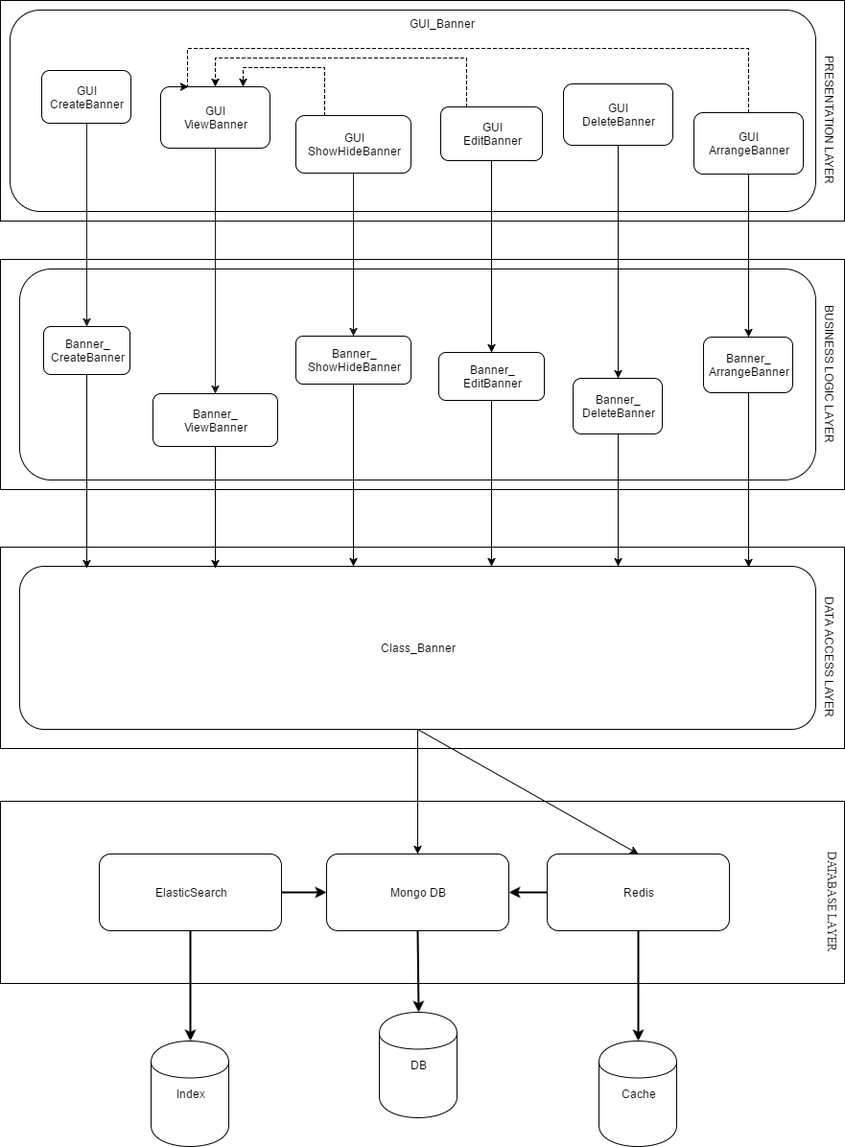
Haitrancntt/CapstonProject keeps this draw.io diagram as 4.SUBMIT_PLACE/4.1 HAI_TRAN/DESIGN/BSS_StaticView_Level2_Banner.png. Above is the earlier version. Source tidied: cells renumbered, new cells last; positions are measured from the earlier drawing's top-left corner, leaving out a move shared by most shapes.
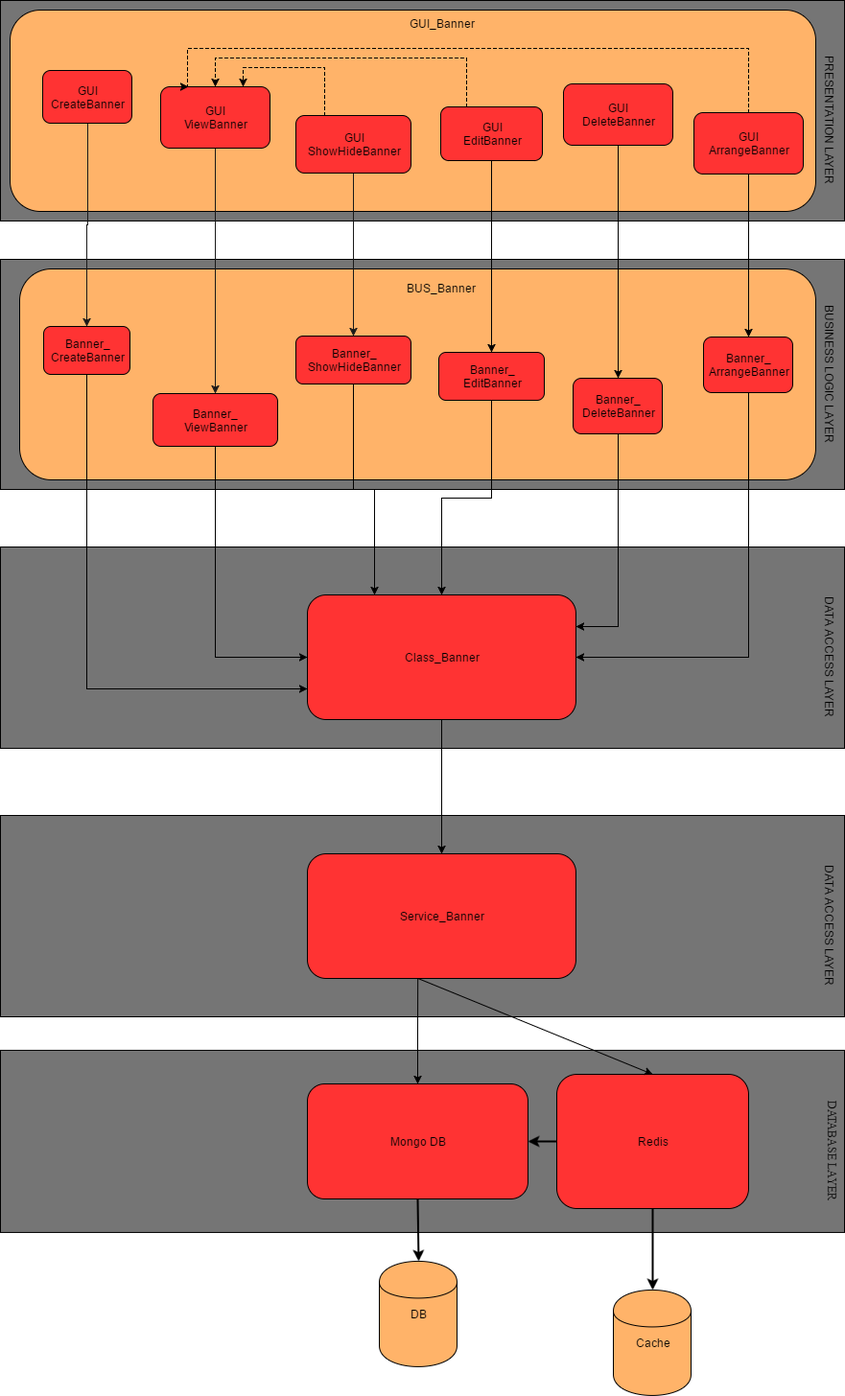
The same file after the commit.

The edit, as a diff of the source:
```diff
@@ -2,29 +2,37 @@
   <root>
     <mxCell id="0" />
     <mxCell id="1" parent="0" />
+    <mxCell id="54" style="whiteSpace=wrap;html=1;fillColor=#757575;" parent="1" vertex="1">
+      <mxGeometry y="850" width="880" height="210" as="geometry" />
+    </mxCell>
-    <mxCell id="2" style="whiteSpace=wrap;html=1;" parent="1" vertex="1">
-      <mxGeometry y="835" width="880" height="190" as="geometry" />
+    <mxCell id="2" style="whiteSpace=wrap;html=1;fillColor=#757575;" parent="1" vertex="1">
+      <mxGeometry y="1094.9" width="880" height="190" as="geometry" />
     </mxCell>
-    <mxCell id="3" style="whiteSpace=wrap;html=1;" parent="1" vertex="1">
+    <mxCell id="3" style="whiteSpace=wrap;html=1;fillColor=#757575;" parent="1" vertex="1">
       <mxGeometry width="880" height="230" as="geometry" />
     </mxCell>
-    <mxCell id="4" value="&lt;div&gt;&lt;br&gt;&lt;/div&gt;&lt;div&gt;&lt;br&gt;&lt;/div&gt;&lt;div&gt;&lt;br&gt;&lt;/div&gt;&lt;div&gt;&lt;br&gt;&lt;/div&gt;&lt;div&gt;&lt;br&gt;&lt;/div&gt;&lt;div&gt;&lt;br&gt;&lt;/div&gt;&lt;div&gt;&lt;br&gt;&lt;/div&gt;&lt;div&gt;&lt;br&gt;&lt;/div&gt;&lt;div&gt;&lt;br&gt;&lt;/div&gt;&lt;div&gt;&lt;br&gt;&lt;/div&gt;" style="rounded=1;whiteSpace=wrap;html=1;" parent="1" vertex="1">
+    <mxCell id="4" value="&lt;div&gt;&lt;br&gt;&lt;/div&gt;&lt;div&gt;&lt;br&gt;&lt;/div&gt;&lt;div&gt;&lt;br&gt;&lt;/div&gt;&lt;div&gt;&lt;br&gt;&lt;/div&gt;&lt;div&gt;&lt;br&gt;&lt;/div&gt;&lt;div&gt;&lt;br&gt;&lt;/div&gt;&lt;div&gt;&lt;br&gt;&lt;/div&gt;&lt;div&gt;&lt;br&gt;&lt;/div&gt;&lt;div&gt;&lt;br&gt;&lt;/div&gt;&lt;div&gt;&lt;br&gt;&lt;/div&gt;" style="rounded=1;whiteSpace=wrap;html=1;fillColor=#FFB369;" parent="1" vertex="1">
       <mxGeometry x="10" y="10" width="840" height="210" as="geometry" />
     </mxCell>
-    <mxCell id="5" style="whiteSpace=wrap;html=1;" parent="1" vertex="1">
+    <mxCell id="5" style="whiteSpace=wrap;html=1;fillColor=#757575;" parent="1" vertex="1">
       <mxGeometry y="570" width="880" height="210" as="geometry" />
     </mxCell>
-    <mxCell id="6" style="whiteSpace=wrap;html=1;" parent="1" vertex="1">
+    <mxCell id="6" style="whiteSpace=wrap;html=1;fillColor=#757575;" parent="1" vertex="1">
       <mxGeometry y="270" width="880" height="240" as="geometry" />
     </mxCell>
-    <mxCell id="7" value="&lt;div&gt;&lt;br&gt;&lt;/div&gt;" style="rounded=1;whiteSpace=wrap;html=1;" parent="1" vertex="1">
+    <mxCell id="7" value="&lt;div&gt;&lt;br&gt;&lt;/div&gt;" style="rounded=1;whiteSpace=wrap;html=1;fillColor=#FFB369;" parent="1" vertex="1">
       <mxGeometry x="20" y="280" width="830" height="220" as="geometry" />
     </mxCell>
-    <mxCell id="8" style="edgeStyle=orthogonalEdgeStyle;rounded=0;html=1;exitX=0.5;exitY=1;entryX=0.5;entryY=0;jettySize=auto;" parent="1" edge="1" source="9" target="32">
-      <mxGeometry relative="1" as="geometry" />
+    <mxCell id="8" style="edgeStyle=orthogonalEdgeStyle;rounded=0;html=1;exitX=0.5;exitY=1;entryX=0.5;entryY=0;jettySize=auto;" parent="1" edge="1" target="32">
+      <mxGeometry relative="1" as="geometry">
+        <mxPoint x="435.2" y="1019.9" as="sourcePoint" />
+      </mxGeometry>
     </mxCell>
+    <mxCell id="55" style="edgeStyle=orthogonalEdgeStyle;rounded=0;html=1;exitX=0.5;exitY=1;entryX=0.5;entryY=0;jettySize=auto;strokeColor=#000000;fontColor=#000000;" parent="1" edge="1" source="9" target="63">
+      <mxGeometry relative="1" as="geometry" />
+    </mxCell>
-    <mxCell id="9" value="&lt;div&gt;Class_Banner&lt;/div&gt;" style="rounded=1;whiteSpace=wrap;html=1;" parent="1" vertex="1">
-      <mxGeometry x="20" y="590" width="830" height="170" as="geometry" />
+    <mxCell id="9" value="&lt;div&gt;Class_Banner&lt;/div&gt;" style="rounded=1;whiteSpace=wrap;html=1;fillColor=#FF3333;" parent="1" vertex="1">
+      <mxGeometry x="320" y="620" width="280" height="130" as="geometry" />
     </mxCell>
     <mxCell id="10" value="BUSINESS LOGIC LAYER" style="text;html=1;strokeColor=none;fillColor=none;align=center;verticalAlign=middle;whiteSpace=wrap;rotation=90;" parent="1" vertex="1">
       <mxGeometry x="780" y="380" width="170" height="20" as="geometry" />
@@ -41,43 +49,41 @@
     <mxCell id="14" style="edgeStyle=orthogonalEdgeStyle;rounded=0;html=1;exitX=0.5;exitY=1;entryX=0.5;entryY=0;startArrow=none;startFill=0;jettySize=auto;strokeColor=#191919;" parent="1" edge="1" source="25" target="18">
       <mxGeometry relative="1" as="geometry" />
     </mxCell>
-    <mxCell id="15" style="edgeStyle=orthogonalEdgeStyle;rounded=0;html=1;exitX=0.5;exitY=1;entryX=0.544;entryY=0.012;entryPerimeter=0;jettySize=auto;" parent="1" edge="1" source="16">
-      <mxGeometry relative="1" as="geometry">
-        <mxPoint x="90" y="592" as="targetPoint" />
-      </mxGeometry>
-    </mxCell>
+    <mxCell id="56" style="edgeStyle=orthogonalEdgeStyle;rounded=0;html=1;exitX=0.5;exitY=1;entryX=0;entryY=0.75;jettySize=auto;strokeColor=#000000;fontColor=#000000;" parent="1" edge="1" source="16" target="9">
+      <mxGeometry relative="1" as="geometry">
+        <Array as="points">
+          <mxPoint x="90" y="718" />
+        </Array>
+      </mxGeometry>
+    </mxCell>
-    <mxCell id="16" value="Banner_&lt;div&gt;CreateBanner&lt;/div&gt;" style="rounded=1;whiteSpace=wrap;html=1;" parent="1" vertex="1">
+    <mxCell id="16" value="Banner_&lt;div&gt;CreateBanner&lt;/div&gt;" style="rounded=1;whiteSpace=wrap;html=1;fillColor=#FF3333;" parent="1" vertex="1">
       <mxGeometry x="45" y="340" width="90" height="50" as="geometry" />
     </mxCell>
-    <mxCell id="17" style="edgeStyle=orthogonalEdgeStyle;rounded=0;html=1;exitX=0.5;exitY=1;entryX=0.635;entryY=0.012;entryPerimeter=0;jettySize=auto;" parent="1" edge="1" source="18">
-      <mxGeometry relative="1" as="geometry">
-        <mxPoint x="224" y="592" as="targetPoint" />
-      </mxGeometry>
-    </mxCell>
+    <mxCell id="57" style="edgeStyle=orthogonalEdgeStyle;rounded=0;html=1;exitX=0.5;exitY=1;entryX=0;entryY=0.5;jettySize=auto;strokeColor=#000000;fontColor=#000000;" parent="1" edge="1" source="18" target="9">
+      <mxGeometry relative="1" as="geometry" />
+    </mxCell>
-    <mxCell id="18" value="Banner_&lt;div&gt;ViewBanner&lt;/div&gt;" style="rounded=1;whiteSpace=wrap;html=1;" parent="1" vertex="1">
+    <mxCell id="18" value="Banner_&lt;div&gt;ViewBanner&lt;/div&gt;" style="rounded=1;whiteSpace=wrap;html=1;fillColor=#FF3333;" parent="1" vertex="1">
       <mxGeometry x="159" y="410" width="130" height="55" as="geometry" />
     </mxCell>
-    <mxCell id="19" style="edgeStyle=orthogonalEdgeStyle;rounded=0;html=1;exitX=0.5;exitY=1;entryX=0.701;entryY=0;entryPerimeter=0;jettySize=auto;" parent="1" edge="1" source="20">
-      <mxGeometry relative="1" as="geometry">
-        <mxPoint x="368" y="590" as="targetPoint" />
-      </mxGeometry>
-    </mxCell>
+    <mxCell id="58" style="edgeStyle=orthogonalEdgeStyle;rounded=0;html=1;exitX=0.5;exitY=1;entryX=0.25;entryY=0;jettySize=auto;strokeColor=#000000;fontColor=#000000;" parent="1" edge="1" source="20" target="9">
+      <mxGeometry relative="1" as="geometry" />
+    </mxCell>
-    <mxCell id="20" value="Banner_&lt;div&gt;ShowHideBanner&lt;/div&gt;" style="rounded=1;whiteSpace=wrap;html=1;" parent="1" vertex="1">
+    <mxCell id="20" value="Banner_&lt;div&gt;ShowHideBanner&lt;/div&gt;" style="rounded=1;whiteSpace=wrap;html=1;fillColor=#FF3333;" parent="1" vertex="1">
       <mxGeometry x="308" y="350" width="120" height="50" as="geometry" />
     </mxCell>
     <mxCell id="21" value="PRESENTATION LAYER" style="text;html=1;strokeColor=none;fillColor=none;align=center;verticalAlign=middle;whiteSpace=wrap;rotation=90;" parent="1" vertex="1">
       <mxGeometry x="780" y="115" width="170" height="20" as="geometry" />
     </mxCell>
-    <mxCell id="22" value="GUI&lt;div&gt;CreateBanner&lt;/div&gt;" style="rounded=1;whiteSpace=wrap;html=1;" parent="1" vertex="1">
-      <mxGeometry x="43" y="73" width="93" height="55" as="geometry" />
+    <mxCell id="22" value="GUI&lt;div&gt;CreateBanner&lt;/div&gt;" style="rounded=1;whiteSpace=wrap;html=1;fillColor=#FF3333;" parent="1" vertex="1">
+      <mxGeometry x="44" y="73" width="93" height="55" as="geometry" />
     </mxCell>
     <mxCell id="23" style="edgeStyle=orthogonalEdgeStyle;rounded=0;html=1;exitX=0.25;exitY=0;entryX=0.75;entryY=0;jettySize=auto;dashed=1;" parent="1" edge="1" source="24" target="25">
       <mxGeometry relative="1" as="geometry" />
     </mxCell>
-    <mxCell id="24" value="GUI&lt;div&gt;ShowHideBanner&lt;/div&gt;" style="rounded=1;whiteSpace=wrap;html=1;" parent="1" vertex="1">
+    <mxCell id="24" value="GUI&lt;div&gt;ShowHideBanner&lt;/div&gt;" style="rounded=1;whiteSpace=wrap;html=1;fillColor=#FF3333;" parent="1" vertex="1">
       <mxGeometry x="308" y="120" width="120" height="60" as="geometry" />
     </mxCell>
-    <mxCell id="25" value="GUI&lt;div&gt;ViewBanner&lt;/div&gt;" style="rounded=1;whiteSpace=wrap;html=1;" parent="1" vertex="1">
+    <mxCell id="25" value="GUI&lt;div&gt;ViewBanner&lt;/div&gt;" style="rounded=1;whiteSpace=wrap;html=1;fillColor=#FF3333;" parent="1" vertex="1">
       <mxGeometry x="167" y="90" width="114" height="64" as="geometry" />
     </mxCell>
     <mxCell id="26" style="edgeStyle=orthogonalEdgeStyle;rounded=0;html=1;exitX=0.5;exitY=1;entryX=0.5;entryY=0;jettySize=auto;" parent="1" edge="1" source="28" target="30">
@@ -91,55 +97,43 @@
         </Array>
       </mxGeometry>
     </mxCell>
-    <mxCell id="28" value="GUI&lt;div&gt;EditBanner&lt;/div&gt;" style="rounded=1;whiteSpace=wrap;html=1;" parent="1" vertex="1">
+    <mxCell id="28" value="GUI&lt;div&gt;EditBanner&lt;/div&gt;" style="rounded=1;whiteSpace=wrap;html=1;fillColor=#FF3333;" parent="1" vertex="1">
       <mxGeometry x="459" y="111" width="106" height="56" as="geometry" />
     </mxCell>
-    <mxCell id="29" style="edgeStyle=orthogonalEdgeStyle;rounded=0;html=1;exitX=0.5;exitY=1;jettySize=auto;" parent="1" edge="1" source="30">
-      <mxGeometry relative="1" as="geometry">
-        <mxPoint x="512" y="590" as="targetPoint" />
-      </mxGeometry>
-    </mxCell>
+    <mxCell id="59" style="edgeStyle=orthogonalEdgeStyle;rounded=0;html=1;exitX=0.5;exitY=1;entryX=0.5;entryY=0;jettySize=auto;strokeColor=#000000;fontColor=#000000;" parent="1" edge="1" source="30" target="9">
+      <mxGeometry relative="1" as="geometry" />
+    </mxCell>
-    <mxCell id="30" value="Banner_&lt;div&gt;EditBanner&lt;/div&gt;" style="rounded=1;whiteSpace=wrap;html=1;" parent="1" vertex="1">
+    <mxCell id="30" value="Banner_&lt;div&gt;EditBanner&lt;/div&gt;" style="rounded=1;whiteSpace=wrap;html=1;fillColor=#FF3333;" parent="1" vertex="1">
       <mxGeometry x="457" y="367" width="110" height="50" as="geometry" />
     </mxCell>
-    <mxCell id="31" value="&lt;div&gt;Redis&lt;/div&gt;" style="rounded=1;whiteSpace=wrap;html=1;" parent="1" vertex="1">
-      <mxGeometry x="570" y="890" width="190" height="80" as="geometry" />
+    <mxCell id="31" value="&lt;div&gt;Redis&lt;/div&gt;" style="rounded=1;whiteSpace=wrap;html=1;fillColor=#FF3333;" parent="1" vertex="1">
+      <mxGeometry x="580" y="1120" width="200" height="140" as="geometry" />
     </mxCell>
-    <mxCell id="32" value="Mongo DB" style="rounded=1;whiteSpace=wrap;html=1;" parent="1" vertex="1">
-      <mxGeometry x="340" y="890" width="190" height="80" as="geometry" />
+    <mxCell id="32" value="Mongo DB" style="rounded=1;whiteSpace=wrap;html=1;fillColor=#FF3333;" parent="1" vertex="1">
+      <mxGeometry x="320" y="1130" width="230" height="120" as="geometry" />
     </mxCell>
-    <mxCell id="33" value="DB" style="shape=cylinder;whiteSpace=wrap;html=1;" parent="1" vertex="1">
-      <mxGeometry x="395" y="1055" width="81" height="110" as="geometry" />
+    <mxCell id="33" value="DB" style="shape=cylinder;whiteSpace=wrap;html=1;fillColor=#FFB369;" parent="1" vertex="1">
+      <mxGeometry x="395" y="1314.9" width="81" height="110" as="geometry" />
     </mxCell>
-    <mxCell id="34" value="Cache" style="shape=cylinder;whiteSpace=wrap;html=1;" parent="1" vertex="1">
-      <mxGeometry x="624" y="1085" width="81" height="110" as="geometry" />
+    <mxCell id="34" value="Cache" style="shape=cylinder;whiteSpace=wrap;html=1;fillColor=#FFB369;" parent="1" vertex="1">
+      <mxGeometry x="639" y="1344.9" width="81" height="110" as="geometry" />
     </mxCell>
-    <mxCell id="35" value="Index" style="shape=cylinder;whiteSpace=wrap;html=1;" parent="1" vertex="1">
-      <mxGeometry x="157" y="1085" width="81" height="110" as="geometry" />
-    </mxCell>
-    <mxCell id="36" value="ElasticSearch" style="rounded=1;whiteSpace=wrap;html=1;" parent="1" vertex="1">
-      <mxGeometry x="103" y="890" width="190" height="80" as="geometry" />
-    </mxCell>
-    <mxCell id="37" style="endArrow=classic;html=1;exitX=0.5;exitY=1;entryX=0.5;entryY=0;strokeWidth=2;" parent="1" edge="1" source="36" target="35">
-      <mxGeometry x="558.7" y="989.7" as="geometry" />
-    </mxCell>
     <mxCell id="38" style="endArrow=classic;html=1;exitX=0.5;exitY=1;entryX=0.5;entryY=0;strokeWidth=2;" parent="1" edge="1" source="31" target="34">
-      <mxGeometry x="1025" y="990" as="geometry" />
+      <mxGeometry x="1025" y="1249.9" as="geometry" />
     </mxCell>
     <mxCell id="39" style="endArrow=classic;html=1;exitX=0.5;exitY=1;entryX=0.5;entryY=0;strokeWidth=2;" parent="1" edge="1" source="32" target="33">
-      <mxGeometry x="795" y="990" as="geometry" />
+      <mxGeometry x="795" y="1249.9" as="geometry" />
     </mxCell>
-    <mxCell id="40" style="endArrow=classic;html=1;entryX=0;entryY=0.5;exitX=1;exitY=0.5;strokeWidth=2;" parent="1" edge="1" source="36" target="32">
-      <mxGeometry x="653.7" y="949.7" as="geometry" />
-    </mxCell>
     <mxCell id="41" style="endArrow=classic;html=1;entryX=1;entryY=0.5;exitX=0;exitY=0.5;strokeWidth=2;" parent="1" edge="1" source="31" target="32">
-      <mxGeometry x="890.3" y="949.7" as="geometry" />
+      <mxGeometry x="890.3" y="1209.6" as="geometry" />
     </mxCell>
     <mxCell id="42" value="&lt;font face=&quot;Times New Roman&quot; style=&quot;font-size: 12px&quot;&gt;DATABASE LAYER&lt;/font&gt;" style="text;html=1;strokeColor=none;fillColor=none;align=center;verticalAlign=middle;whiteSpace=wrap;rotation=90;" parent="1" vertex="1">
-      <mxGeometry x="785" y="930" width="165" height="20" as="geometry" />
+      <mxGeometry x="785" y="1189.9" width="165" height="20" as="geometry" />
     </mxCell>
-    <mxCell id="43" style="endArrow=classic;html=1;exitX=0.5;exitY=1;entryX=0.5;entryY=0;" parent="1" edge="1" source="9" target="31">
-      <mxGeometry x="408" y="790" as="geometry" />
+    <mxCell id="43" style="endArrow=classic;html=1;exitX=0.5;exitY=1;entryX=0.5;entryY=0;" parent="1" edge="1" target="31">
+      <mxGeometry x="408" y="1049.9" as="geometry">
+        <mxPoint x="435.2" y="1019.9" as="sourcePoint" />
+      </mxGeometry>
     </mxCell>
     <mxCell id="44" value="GUI_Banner" style="text;html=1;strokeColor=none;fillColor=none;align=center;verticalAlign=middle;whiteSpace=wrap;" parent="1" vertex="1">
       <mxGeometry x="440" y="14" width="40" height="20" as="geometry" />
@@ -147,18 +141,13 @@
     <mxCell id="45" style="edgeStyle=orthogonalEdgeStyle;rounded=0;html=1;exitX=0.5;exitY=1;entryX=0.5;entryY=0;jettySize=auto;" parent="1" edge="1" source="46" target="48">
       <mxGeometry relative="1" as="geometry" />
     </mxCell>
-    <mxCell id="46" value="GUI&lt;div&gt;DeleteBanner&lt;/div&gt;" style="rounded=1;whiteSpace=wrap;html=1;" parent="1" vertex="1">
+    <mxCell id="46" value="GUI&lt;div&gt;DeleteBanner&lt;/div&gt;" style="rounded=1;whiteSpace=wrap;html=1;fillColor=#FF3333;" parent="1" vertex="1">
       <mxGeometry x="587" y="87" width="114" height="64" as="geometry" />
     </mxCell>
-    <mxCell id="47" style="edgeStyle=orthogonalEdgeStyle;rounded=0;html=1;exitX=0.5;exitY=1;jettySize=auto;" parent="1" edge="1" source="48">
-      <mxGeometry relative="1" as="geometry">
-        <mxPoint x="644" y="590" as="targetPoint" />
-        <Array as="points">
-          <mxPoint x="644" y="590" />
-        </Array>
-      </mxGeometry>
-    </mxCell>
+    <mxCell id="60" style="edgeStyle=orthogonalEdgeStyle;rounded=0;html=1;exitX=0.5;exitY=1;entryX=1;entryY=0.25;jettySize=auto;strokeColor=#000000;fontColor=#000000;" parent="1" edge="1" source="48" target="9">
+      <mxGeometry relative="1" as="geometry" />
+    </mxCell>
-    <mxCell id="48" value="Banner_&lt;div&gt;DeleteBanner&lt;/div&gt;" style="rounded=1;whiteSpace=wrap;html=1;" parent="1" vertex="1">
+    <mxCell id="48" value="Banner_&lt;div&gt;DeleteBanner&lt;/div&gt;" style="rounded=1;whiteSpace=wrap;html=1;fillColor=#FF3333;" parent="1" vertex="1">
       <mxGeometry x="597" y="394" width="93" height="58" as="geometry" />
     </mxCell>
     <mxCell id="49" style="edgeStyle=orthogonalEdgeStyle;rounded=0;html=1;exitX=0.5;exitY=1;entryX=0.5;entryY=0;jettySize=auto;" parent="1" edge="1" source="51" target="53">
@@ -172,14 +161,23 @@
         </Array>
       </mxGeometry>
     </mxCell>
-    <mxCell id="51" value="GUI&lt;div&gt;ArrangeBanner&lt;/div&gt;" style="rounded=1;whiteSpace=wrap;html=1;" parent="1" vertex="1">
+    <mxCell id="51" value="GUI&lt;div&gt;ArrangeBanner&lt;/div&gt;" style="rounded=1;whiteSpace=wrap;html=1;fillColor=#FF3333;" parent="1" vertex="1">
       <mxGeometry x="723" y="117" width="114" height="64" as="geometry" />
     </mxCell>
-    <mxCell id="52" style="edgeStyle=orthogonalEdgeStyle;rounded=0;html=1;exitX=0.5;exitY=1;entryX=0.916;entryY=0.008;entryPerimeter=0;jettySize=auto;" parent="1" edge="1" source="53" target="9">
+    <mxCell id="52" style="edgeStyle=orthogonalEdgeStyle;rounded=0;html=1;exitX=0.5;exitY=1;entryX=1;entryY=0.5;jettySize=auto;strokeColor=#000000;fontColor=#000000;" parent="1" edge="1" source="53" target="9">
       <mxGeometry relative="1" as="geometry" />
     </mxCell>
-    <mxCell id="53" value="Banner_&lt;div&gt;ArrangeBanner&lt;/div&gt;" style="rounded=1;whiteSpace=wrap;html=1;" parent="1" vertex="1">
+    <mxCell id="53" value="Banner_&lt;div&gt;ArrangeBanner&lt;/div&gt;" style="rounded=1;whiteSpace=wrap;html=1;fillColor=#FF3333;" parent="1" vertex="1">
       <mxGeometry x="733" y="351" width="93" height="58" as="geometry" />
     </mxCell>
+    <mxCell id="61" value="BUS_Banner" style="text;html=1;strokeColor=none;fillColor=none;align=center;verticalAlign=middle;whiteSpace=wrap;fontColor=#000000;" parent="1" vertex="1">
+      <mxGeometry x="439" y="290" width="40" height="20" as="geometry" />
+    </mxCell>
+    <mxCell id="62" value="DATA ACCESS LAYER" style="text;html=1;strokeColor=none;fillColor=none;align=center;verticalAlign=middle;whiteSpace=wrap;rotation=90;" parent="1" vertex="1">
+      <mxGeometry x="780" y="955" width="170" height="20" as="geometry" />
+    </mxCell>
+    <mxCell id="63" value="&lt;div&gt;Service_Banner&lt;/div&gt;" style="rounded=1;whiteSpace=wrap;html=1;fillColor=#FF3333;" parent="1" vertex="1">
+      <mxGeometry x="320" y="890" width="280" height="130" as="geometry" />
+    </mxCell>
   </root>
 </mxGraphModel>
```
